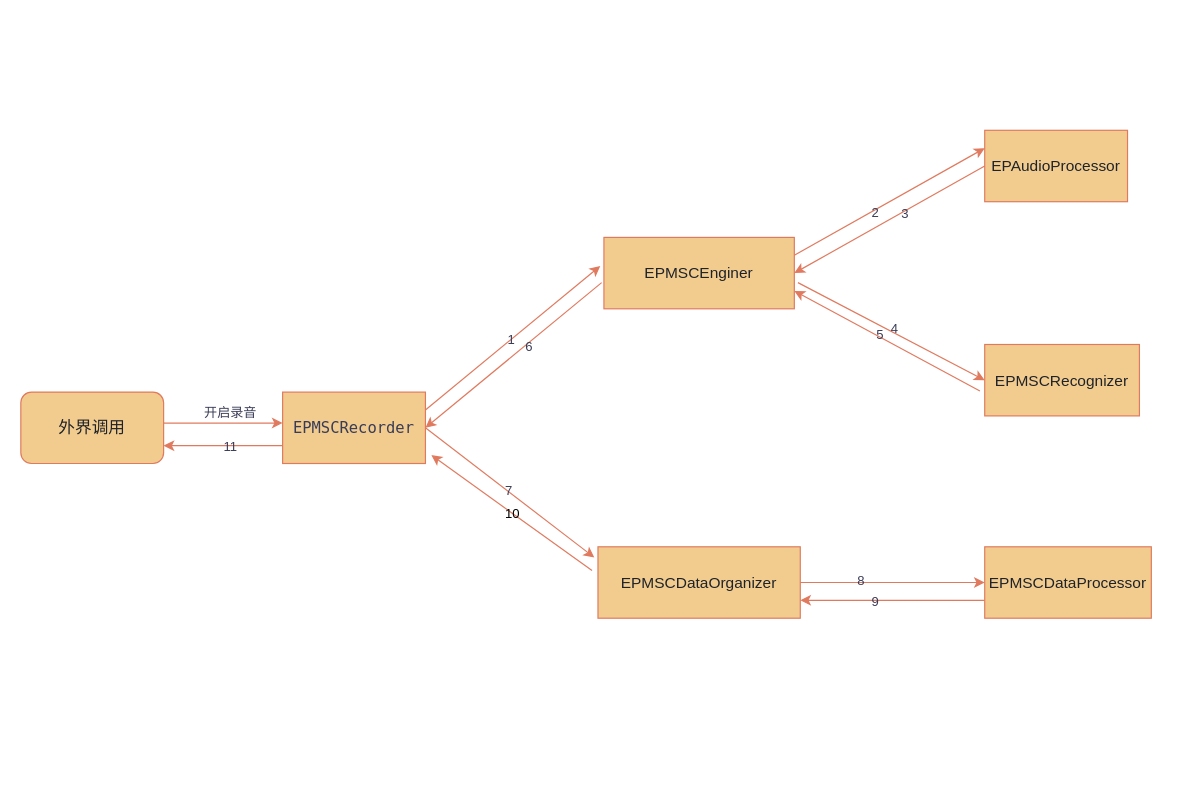
wanqingrongruo/DrawIO keeps this draw.io diagram as 面翻工具类流转流程.drawio. Above is the earlier version. Source tidied: cells renumbered, new cells numbered last; positions are measured from the earlier drawing's top-left corner, leaving out a move shared by most shapes. Both pictures are drawn from the tidied source at 119%, with x=0, y=0 at pixel (20, 130).
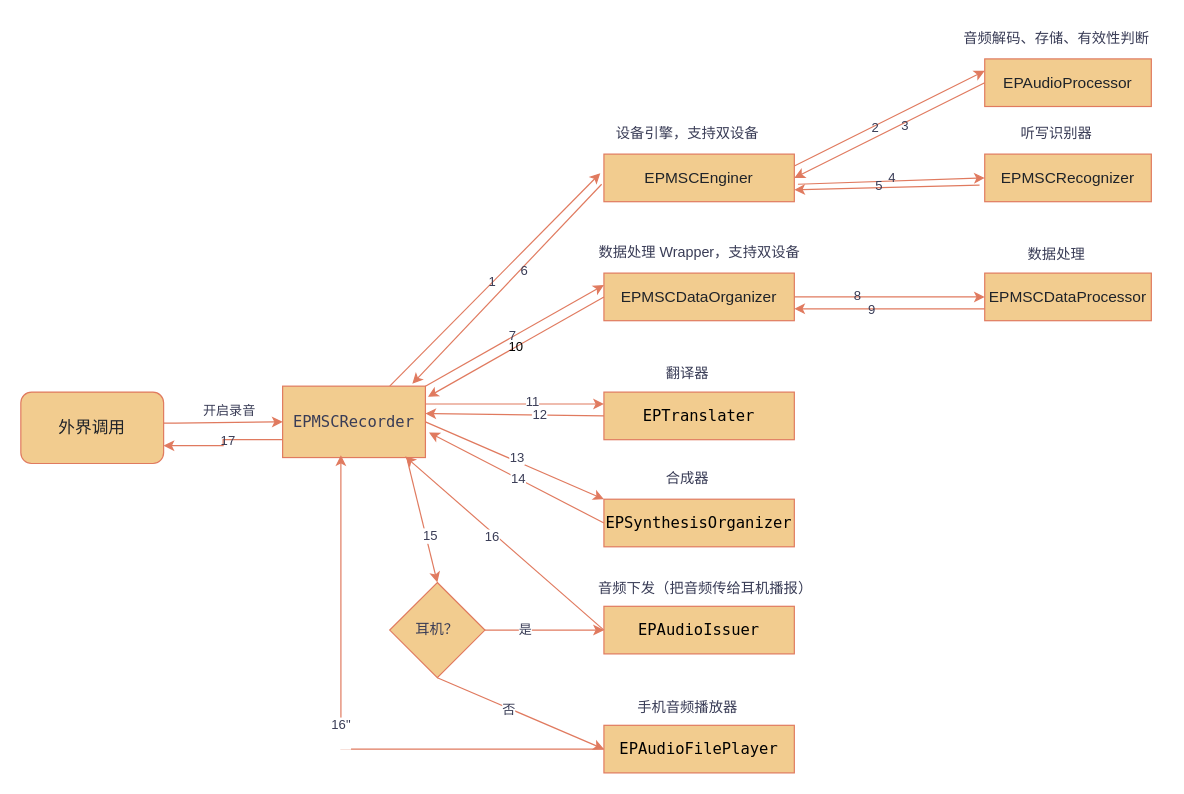
After the change.

Commit message (it also covers changes not shown here):
更新面翻工具类流转流程.drawio

Unchanged cells that the change refers to:
```xml
<mxCell id="3" style="edgeStyle=orthogonalEdgeStyle;rounded=0;jettySize=auto;html=1;exitX=0;exitY=0.75;exitDx=0;exitDy=0;entryX=1;entryY=0.75;entryDx=0;entryDy=0;flowAnimation=1;fillColor=#F2CC8F;strokeColor=#E07A5F;labelBackgroundColor=none;fontColor=default;" parent="1" edge="1" source="5" target="2">
  <mxGeometry relative="1" as="geometry" />
</mxCell>
```

Change to the diagram source:
```diff
@@
-    <mxCell id="4" value="11" style="edgeLabel;html=1;align=center;verticalAlign=middle;labelBackgroundColor=none;fontColor=#393C56;" parent="3" vertex="1">
+    <mxCell id="4" value="17" style="edgeLabel;html=1;align=center;verticalAlign=middle;labelBackgroundColor=none;fontColor=#393C56;" parent="3" vertex="1">
       <mxGeometry x="-0.1" relative="1" as="geometry" />
     </mxCell>
     <mxCell id="5" value="&lt;p style=&quot;margin: 0px; font-style: normal; font-variant-caps: normal; font-weight: normal; font-stretch: normal; font-size: 13px; line-height: normal; font-family: Menlo; font-size-adjust: none; font-kerning: auto; font-variant-alternates: normal; font-variant-ligatures: normal; font-variant-numeric: normal; font-variant-east-asian: normal; font-variant-position: normal; font-feature-settings: normal; font-optical-sizing: auto; font-variation-settings: normal;&quot;&gt;EPMSCRecorder&lt;/p&gt;" style="whiteSpace=wrap;html=1;labelBackgroundColor=none;fontColor=#393C56;fillColor=#F2CC8F;strokeColor=#E07A5F;" parent="1" vertex="1">
-      <mxGeometry x="220" y="220" width="120" height="60" as="geometry" />
+      <mxGeometry x="220" y="215" width="120" height="60" as="geometry" />
     </mxCell>
     <mxCell id="6" value="&lt;div style=&quot;text-align: start; font-size: 13px; color: rgb(31, 35, 41);&quot;&gt;&lt;p&gt;EPMSCEnginer&lt;/p&gt;&lt;/div&gt;&lt;span style=&quot;text-align: start; white-space: pre-wrap;&quot;&gt;&lt;/span&gt;" style="whiteSpace=wrap;html=1;labelBackgroundColor=none;fillColor=#F2CC8F;strokeColor=#E07A5F;fontColor=#393C56;" parent="1" vertex="1">
-      <mxGeometry x="490" y="90" width="160" height="60" as="geometry" />
+      <mxGeometry x="490" y="20" width="160" height="40" as="geometry" />
     </mxCell>
     <mxCell id="7" value="&lt;div style=&quot;text-align: start; font-size: 13px; color: rgb(31, 35, 41);&quot;&gt;&lt;p&gt;EPAudioProcessor&lt;/p&gt;&lt;/div&gt;&lt;span style=&quot;text-align: start; white-space: pre-wrap;&quot;&gt;&lt;/span&gt;&lt;div style=&quot;text-align: start;&quot;&gt;&lt;/div&gt;&lt;span style=&quot;text-align: start; white-space: pre-wrap;&quot;&gt;&lt;/span&gt;" style="whiteSpace=wrap;html=1;labelBackgroundColor=none;fillColor=#F2CC8F;strokeColor=#E07A5F;fontColor=#393C56;" parent="1" vertex="1">
-      <mxGeometry x="810" width="120" height="60" as="geometry" />
+      <mxGeometry x="810" y="-60" width="140" height="40" as="geometry" />
     </mxCell>
     <mxCell id="8" value="&lt;div style=&quot;text-align: start; font-size: 13px; color: rgb(31, 35, 41);&quot;&gt;&lt;p&gt;EPMSCDataOrganizer&lt;/p&gt;&lt;/div&gt;&lt;span style=&quot;text-align: start; white-space: pre-wrap;&quot;&gt;&lt;/span&gt;" style="whiteSpace=wrap;html=1;labelBackgroundColor=none;fillColor=#F2CC8F;strokeColor=#E07A5F;fontColor=#393C56;" parent="1" vertex="1">
-      <mxGeometry x="485" y="350" width="170" height="60" as="geometry" />
+      <mxGeometry x="490" y="120" width="160" height="40" as="geometry" />
     </mxCell>
     <mxCell id="9" value="&lt;div style=&quot;text-align: start; font-size: 13px; color: rgb(31, 35, 41);&quot;&gt;&lt;p&gt;EPMSCRecognizer&lt;/p&gt;&lt;/div&gt;&lt;span style=&quot;text-align: start; white-space: pre-wrap;&quot;&gt;&lt;/span&gt;" style="whiteSpace=wrap;html=1;labelBackgroundColor=none;fillColor=#F2CC8F;strokeColor=#E07A5F;fontColor=#393C56;" parent="1" vertex="1">
-      <mxGeometry x="810" y="180" width="130" height="60" as="geometry" />
+      <mxGeometry x="810" y="20" width="140" height="40" as="geometry" />
     </mxCell>
     <mxCell id="10" value="&lt;div style=&quot;text-align: start; font-size: 13px; color: rgb(31, 35, 41);&quot;&gt;&lt;p&gt;EPMSCDataProcessor&lt;/p&gt;&lt;/div&gt;&lt;span style=&quot;text-align: start; white-space: pre-wrap;&quot;&gt;&lt;/span&gt;" style="whiteSpace=wrap;html=1;labelBackgroundColor=none;fillColor=#F2CC8F;strokeColor=#E07A5F;fontColor=#393C56;" parent="1" vertex="1">
-      <mxGeometry x="810" y="350" width="140" height="60" as="geometry" />
+      <mxGeometry x="810" y="120" width="140" height="40" as="geometry" />
     </mxCell>
-    <mxCell id="11" style="endArrow=classic;html=1;rounded=0;exitX=1;exitY=0.5;exitDx=0;exitDy=0;labelBackgroundColor=none;strokeColor=#E07A5F;fontColor=default;" parent="1" edge="1">
+    <mxCell id="11" style="endArrow=classic;html=1;rounded=0;exitX=1;exitY=0.5;exitDx=0;exitDy=0;labelBackgroundColor=none;strokeColor=#E07A5F;fontColor=default;entryX=0;entryY=0.5;entryDx=0;entryDy=0;" parent="1" edge="1" target="5">
       <mxGeometry relative="1" as="geometry">
         <mxPoint x="120" y="246" as="sourcePoint" />
-        <mxPoint x="220" y="246" as="targetPoint" />
         <Array as="points">
           <mxPoint x="130" y="246" />
         </Array>
       </mxGeometry>
     </mxCell>
@@
-    <mxCell id="13" style="endArrow=classic;html=1;rounded=0;exitX=1;exitY=0.25;exitDx=0;exitDy=0;entryX=-0.019;entryY=0.4;entryDx=0;entryDy=0;entryPerimeter=0;labelBackgroundColor=none;strokeColor=#E07A5F;fontColor=default;" parent="1" edge="1" source="5" target="6">
+    <mxCell id="13" style="endArrow=classic;html=1;rounded=0;entryX=-0.019;entryY=0.4;entryDx=0;entryDy=0;entryPerimeter=0;labelBackgroundColor=none;strokeColor=#E07A5F;fontColor=default;exitX=0.75;exitY=0;exitDx=0;exitDy=0;" parent="1" edge="1" source="5" target="6">
       <mxGeometry relative="1" as="geometry" />
     </mxCell>
@@
-    <mxCell id="23" style="endArrow=classic;html=1;rounded=0;exitX=-0.012;exitY=0.633;exitDx=0;exitDy=0;exitPerimeter=0;entryX=1;entryY=0.5;entryDx=0;entryDy=0;flowAnimation=1;fillColor=#F2CC8F;strokeColor=#E07A5F;labelBackgroundColor=none;fontColor=default;" parent="1" edge="1" source="6" target="5">
+    <mxCell id="23" style="endArrow=classic;html=1;rounded=0;exitX=-0.012;exitY=0.633;exitDx=0;exitDy=0;exitPerimeter=0;entryX=0.908;entryY=-0.033;entryDx=0;entryDy=0;flowAnimation=1;fillColor=#F2CC8F;strokeColor=#E07A5F;labelBackgroundColor=none;fontColor=default;entryPerimeter=0;" parent="1" edge="1" source="6" target="5">
       <mxGeometry relative="1" as="geometry" />
     </mxCell>
@@
-    <mxCell id="25" style="endArrow=classic;html=1;rounded=0;exitX=1;exitY=0.5;exitDx=0;exitDy=0;entryX=-0.018;entryY=0.15;entryDx=0;entryDy=0;entryPerimeter=0;labelBackgroundColor=none;strokeColor=#E07A5F;fontColor=default;" parent="1" edge="1" source="5" target="8">
+    <mxCell id="25" style="endArrow=classic;html=1;rounded=0;exitX=1;exitY=0;exitDx=0;exitDy=0;entryX=0;entryY=0.25;entryDx=0;entryDy=0;labelBackgroundColor=none;strokeColor=#E07A5F;fontColor=default;" parent="1" edge="1" source="5" target="8">
       <mxGeometry relative="1" as="geometry" />
     </mxCell>
@@
-    <mxCell id="31" value="10" style="endArrow=classic;html=1;rounded=0;entryX=1.042;entryY=0.883;entryDx=0;entryDy=0;entryPerimeter=0;flowAnimation=1;fillColor=#F2CC8F;strokeColor=#E07A5F;labelBackgroundColor=none;fontColor=default;" parent="1" edge="1" target="5">
-      <mxGeometry relative="1" as="geometry">
-        <mxPoint x="480" y="370" as="sourcePoint" />
-      </mxGeometry>
+    <mxCell id="31" value="10" style="endArrow=classic;html=1;rounded=0;flowAnimation=1;fillColor=#F2CC8F;strokeColor=#E07A5F;labelBackgroundColor=none;fontColor=default;exitX=0;exitY=0.5;exitDx=0;exitDy=0;entryX=1.017;entryY=0.15;entryDx=0;entryDy=0;entryPerimeter=0;" parent="1" edge="1" source="8" target="5">
+      <mxGeometry relative="1" as="geometry" />
     </mxCell>
+    <mxCell id="32" value="&lt;p style=&quot;margin: 0px; font-style: normal; font-variant-caps: normal; font-stretch: normal; font-size: 13px; line-height: normal; font-family: Menlo; font-size-adjust: none; font-kerning: auto; font-variant-alternates: normal; font-variant-ligatures: normal; font-variant-numeric: normal; font-variant-east-asian: normal; font-variant-position: normal; font-feature-settings: normal; font-optical-sizing: auto; font-variation-settings: normal;&quot;&gt;EPTranslater&lt;/p&gt;" style="whiteSpace=wrap;html=1;strokeColor=#E07A5F;fontColor=#000000;fillColor=#F2CC8F;labelBackgroundColor=none;" parent="1" vertex="1">
+      <mxGeometry x="490" y="220" width="160" height="40" as="geometry" />
+    </mxCell>
+    <mxCell id="33" value="&lt;p style=&quot;margin: 0px; font-style: normal; font-variant-caps: normal; font-stretch: normal; font-size: 13px; line-height: normal; font-family: Menlo; font-size-adjust: none; font-kerning: auto; font-variant-alternates: normal; font-variant-ligatures: normal; font-variant-numeric: normal; font-variant-east-asian: normal; font-variant-position: normal; font-feature-settings: normal; font-optical-sizing: auto; font-variation-settings: normal;&quot;&gt;EPSynthesisOrganizer&lt;/p&gt;" style="whiteSpace=wrap;html=1;strokeColor=#E07A5F;fontColor=#000000;fillColor=#F2CC8F;labelBackgroundColor=none;" parent="1" vertex="1">
+      <mxGeometry x="490" y="310" width="160" height="40" as="geometry" />
+    </mxCell>
+    <mxCell id="34" value="&lt;p style=&quot;margin: 0px; font-style: normal; font-variant-caps: normal; font-stretch: normal; font-size: 13px; line-height: normal; font-family: Menlo; font-size-adjust: none; font-kerning: auto; font-variant-alternates: normal; font-variant-ligatures: normal; font-variant-numeric: normal; font-variant-east-asian: normal; font-variant-position: normal; font-feature-settings: normal; font-optical-sizing: auto; font-variation-settings: normal;&quot;&gt;EPAudioIssuer&lt;/p&gt;" style="whiteSpace=wrap;html=1;strokeColor=#E07A5F;fontColor=#000000;fillColor=#F2CC8F;labelBackgroundColor=none;" parent="1" vertex="1">
+      <mxGeometry x="490" y="400" width="160" height="40" as="geometry" />
+    </mxCell>
+    <mxCell id="35" value="&lt;p style=&quot;margin: 0px; font-style: normal; font-variant-caps: normal; font-stretch: normal; font-size: 13px; line-height: normal; font-family: Menlo; font-size-adjust: none; font-kerning: auto; font-variant-alternates: normal; font-variant-ligatures: normal; font-variant-numeric: normal; font-variant-east-asian: normal; font-variant-position: normal; font-feature-settings: normal; font-optical-sizing: auto; font-variation-settings: normal;&quot;&gt;EPAudioFilePlayer&lt;/p&gt;" style="whiteSpace=wrap;html=1;strokeColor=#E07A5F;fontColor=#000000;fillColor=#F2CC8F;labelBackgroundColor=none;" parent="1" vertex="1">
+      <mxGeometry x="490" y="500" width="160" height="40" as="geometry" />
+    </mxCell>
+    <mxCell id="36" style="endArrow=classic;html=1;rounded=0;strokeColor=#E07A5F;fontColor=#393C56;fillColor=#F2CC8F;exitX=1;exitY=0.25;exitDx=0;exitDy=0;entryX=0;entryY=0.25;entryDx=0;entryDy=0;" parent="1" edge="1" source="5" target="32">
+      <mxGeometry relative="1" as="geometry" />
+    </mxCell>
+    <mxCell id="37" value="11" style="edgeLabel;html=1;align=center;verticalAlign=middle;strokeColor=#E07A5F;fontColor=#393C56;fillColor=#F2CC8F;" parent="36" vertex="1">
+      <mxGeometry x="0.19" y="3" relative="1" as="geometry" />
+    </mxCell>
+    <mxCell id="38" style="endArrow=classic;html=1;rounded=0;strokeColor=#E07A5F;fontColor=#393C56;fillColor=#F2CC8F;exitX=0;exitY=0.5;exitDx=0;exitDy=0;entryX=1;entryY=0.383;entryDx=0;entryDy=0;entryPerimeter=0;flowAnimation=1;" parent="1" edge="1" source="32" target="5">
+      <mxGeometry relative="1" as="geometry" />
+    </mxCell>
+    <mxCell id="39" value="12" style="edgeLabel;html=1;align=center;verticalAlign=middle;strokeColor=#E07A5F;fontColor=#393C56;fillColor=#F2CC8F;" parent="38" vertex="1">
+      <mxGeometry x="-0.27" y="-1" relative="1" as="geometry" />
+    </mxCell>
+    <mxCell id="40" style="endArrow=classic;html=1;rounded=0;strokeColor=#E07A5F;fontColor=#393C56;fillColor=#F2CC8F;exitX=1;exitY=0.5;exitDx=0;exitDy=0;entryX=0;entryY=0;entryDx=0;entryDy=0;" parent="1" edge="1" source="5" target="33">
+      <mxGeometry relative="1" as="geometry" />
+    </mxCell>
+    <mxCell id="41" value="13" style="edgeLabel;html=1;align=center;verticalAlign=middle;strokeColor=#E07A5F;fontColor=#393C56;fillColor=#F2CC8F;" parent="40" vertex="1">
+      <mxGeometry y="3" relative="1" as="geometry" />
+    </mxCell>
+    <mxCell id="42" style="endArrow=classic;html=1;rounded=0;strokeColor=#E07A5F;fontColor=#393C56;fillColor=#F2CC8F;exitX=0;exitY=0.5;exitDx=0;exitDy=0;entryX=1.025;entryY=0.65;entryDx=0;entryDy=0;entryPerimeter=0;flowAnimation=1;" parent="1" edge="1" source="33" target="5">
+      <mxGeometry relative="1" as="geometry" />
+    </mxCell>
+    <mxCell id="43" value="14" style="edgeLabel;html=1;align=center;verticalAlign=middle;strokeColor=#E07A5F;fontColor=#393C56;fillColor=#F2CC8F;" parent="42" vertex="1">
+      <mxGeometry x="-0.01" relative="1" as="geometry" />
+    </mxCell>
+    <mxCell id="44" style="endArrow=classic;html=1;rounded=0;strokeColor=#E07A5F;fontColor=#393C56;fillColor=#F2CC8F;exitX=0.875;exitY=1.05;exitDx=0;exitDy=0;exitPerimeter=0;entryX=0.5;entryY=0;entryDx=0;entryDy=0;" parent="1" edge="1" source="5" target="46">
+      <mxGeometry relative="1" as="geometry" />
+    </mxCell>
+    <mxCell id="45" value="15" style="edgeLabel;html=1;align=center;verticalAlign=middle;strokeColor=#E07A5F;fontColor=#393C56;fillColor=#F2CC8F;" parent="44" vertex="1">
+      <mxGeometry x="0.23" y="3" relative="1" as="geometry" />
+    </mxCell>
+    <mxCell id="46" value="耳机？" style="rhombus;whiteSpace=wrap;html=1;strokeColor=#E07A5F;fontColor=#393C56;fillColor=#F2CC8F;" parent="1" vertex="1">
+      <mxGeometry x="310" y="380" width="80" height="80" as="geometry" />
+    </mxCell>
+    <mxCell id="47" style="endArrow=classic;html=1;rounded=0;strokeColor=#E07A5F;fontColor=#393C56;fillColor=#F2CC8F;exitX=1;exitY=0.5;exitDx=0;exitDy=0;entryX=0;entryY=0.5;entryDx=0;entryDy=0;" parent="1" edge="1" source="46" target="34">
+      <mxGeometry relative="1" as="geometry" />
+    </mxCell>
+    <mxCell id="48" value="是" style="edgeLabel;html=1;align=center;verticalAlign=middle;strokeColor=#E07A5F;fontColor=#393C56;fillColor=#F2CC8F;" parent="47" vertex="1">
+      <mxGeometry x="-0.34" y="1" relative="1" as="geometry" />
+    </mxCell>
+    <mxCell id="49" style="endArrow=classic;html=1;rounded=0;strokeColor=#E07A5F;fontColor=#393C56;fillColor=#F2CC8F;exitX=0.5;exitY=1;exitDx=0;exitDy=0;entryX=0;entryY=0.5;entryDx=0;entryDy=0;" parent="1" edge="1" source="46" target="35">
+      <mxGeometry relative="1" as="geometry" />
+    </mxCell>
+    <mxCell id="50" value="否" style="edgeLabel;html=1;align=center;verticalAlign=middle;strokeColor=#E07A5F;fontColor=#393C56;fillColor=#F2CC8F;" parent="49" vertex="1">
+      <mxGeometry x="-0.14" y="-1" relative="1" as="geometry" />
+    </mxCell>
+    <mxCell id="51" style="endArrow=classic;html=1;rounded=0;strokeColor=#E07A5F;fontColor=#393C56;fillColor=#F2CC8F;entryX=0.858;entryY=0.983;entryDx=0;entryDy=0;entryPerimeter=0;flowAnimation=1;" parent="1" edge="1" target="5">
+      <mxGeometry relative="1" as="geometry">
+        <mxPoint x="490" y="420" as="sourcePoint" />
+      </mxGeometry>
+    </mxCell>
+    <mxCell id="52" value="16" style="edgeLabel;html=1;align=center;verticalAlign=middle;strokeColor=#E07A5F;fontColor=#393C56;fillColor=#F2CC8F;" parent="51" vertex="1">
+      <mxGeometry x="0.11" y="3" relative="1" as="geometry" />
+    </mxCell>
+    <mxCell id="53" value="16&quot;&lt;div&gt;&lt;br&gt;&lt;/div&gt;" style="endArrow=classic;html=1;rounded=0;strokeColor=#E07A5F;fontColor=#393C56;fillColor=#F2CC8F;exitX=0;exitY=0.5;exitDx=0;exitDy=0;entryX=0.408;entryY=0.967;entryDx=0;entryDy=0;entryPerimeter=0;flowAnimation=1;" parent="1" edge="1" source="35" target="5">
+      <mxGeometry relative="1" as="geometry">
+        <Array as="points">
+          <mxPoint x="269" y="520" />
+        </Array>
+      </mxGeometry>
+    </mxCell>
+    <mxCell id="54" value="设备引擎，支持双设备" style="text;html=1;align=center;verticalAlign=middle;strokeColor=none;fillColor=none;fontColor=#393C56;" parent="1" vertex="1">
+      <mxGeometry x="490" y="-12" width="140" height="30" as="geometry" />
+    </mxCell>
+    <mxCell id="55" value="音频解码、存储、有效性判断" style="text;html=1;align=center;verticalAlign=middle;strokeColor=none;fillColor=none;fontColor=#393C56;" parent="1" vertex="1">
+      <mxGeometry x="780" y="-92" width="180" height="30" as="geometry" />
+    </mxCell>
+    <mxCell id="56" value="听写识别器" style="text;html=1;align=center;verticalAlign=middle;strokeColor=none;fillColor=none;fontColor=#393C56;" parent="1" vertex="1">
+      <mxGeometry x="830" y="-12" width="80" height="30" as="geometry" />
+    </mxCell>
+    <mxCell id="57" value="数据处理 Wrapper，支持双设备" style="text;html=1;align=center;verticalAlign=middle;strokeColor=none;fillColor=none;fontColor=#393C56;" parent="1" vertex="1">
+      <mxGeometry x="475" y="88" width="190" height="30" as="geometry" />
+    </mxCell>
+    <mxCell id="58" value="数据处理" style="text;html=1;align=center;verticalAlign=middle;strokeColor=none;fillColor=none;fontColor=#393C56;" parent="1" vertex="1">
+      <mxGeometry x="835" y="90" width="70" height="30" as="geometry" />
+    </mxCell>
+    <mxCell id="59" value="翻译器" style="text;html=1;align=center;verticalAlign=middle;strokeColor=none;fillColor=none;fontColor=#393C56;" parent="1" vertex="1">
+      <mxGeometry x="530" y="190" width="60" height="30" as="geometry" />
+    </mxCell>
+    <mxCell id="60" value="合成器" style="text;html=1;align=center;verticalAlign=middle;strokeColor=none;fillColor=none;fontColor=#393C56;" parent="1" vertex="1">
+      <mxGeometry x="530" y="278" width="60" height="30" as="geometry" />
+    </mxCell>
+    <mxCell id="61" value="音频下发（把音频传给耳机播报）" style="text;html=1;align=center;verticalAlign=middle;strokeColor=none;fillColor=none;fontColor=#393C56;" parent="1" vertex="1">
+      <mxGeometry x="475" y="370" width="200" height="30" as="geometry" />
+    </mxCell>
+    <mxCell id="62" value="手机音频播放器" style="text;html=1;align=center;verticalAlign=middle;strokeColor=none;fillColor=none;fontColor=#393C56;" parent="1" vertex="1">
+      <mxGeometry x="505" y="470" width="110" height="30" as="geometry" />
+    </mxCell>
```
